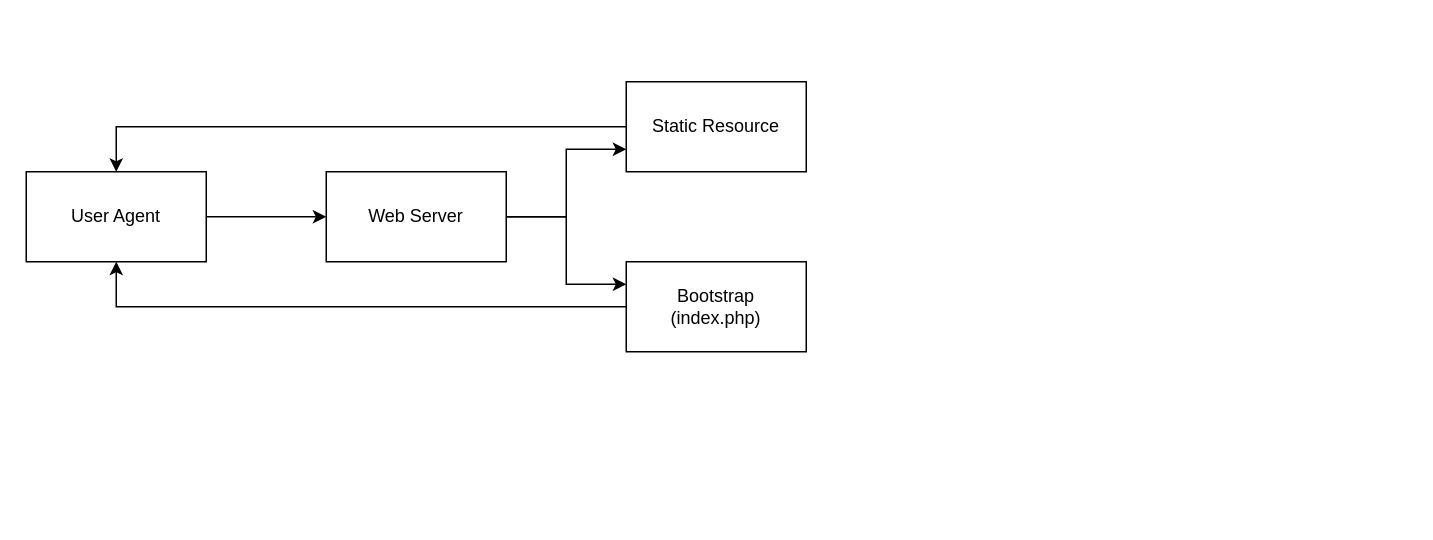
Earlier version of the draw.io diagram Untitled Diagram.drawio (aherne/lucinda-framework). Source tidied: cells renumbered, new cells numbered last; positions are measured from the earlier drawing's top-left corner, leaving out a move shared by most shapes. Both pictures are drawn from the tidied source at 150%, with x=0, y=0 at pixel (26, 81).
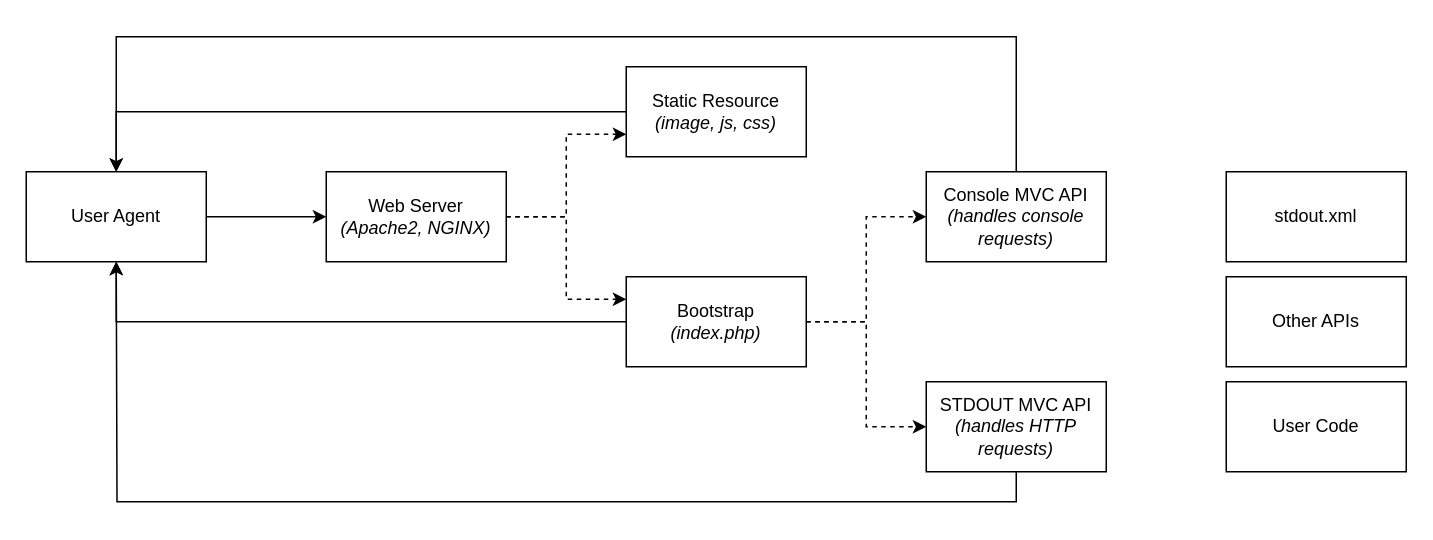
The same diagram, later.

The change refers to these unchanged cells:
```xml
<mxCell id="3" value="User Agent" style="rounded=0;whiteSpace=wrap;html=1;" parent="1" vertex="1">
  <mxGeometry y="60" width="120" height="60" as="geometry" />
</mxCell>
```

Change to the diagram source:
```diff
@@
-    <mxCell id="4" style="edgeStyle=orthogonalEdgeStyle;rounded=0;jettySize=auto;html=1;exitX=1;exitY=0.5;exitDx=0;exitDy=0;entryX=0;entryY=0.75;entryDx=0;entryDy=0;" parent="1" edge="1" source="6" target="10">
+    <mxCell id="4" style="edgeStyle=orthogonalEdgeStyle;rounded=0;jettySize=auto;html=1;exitX=1;exitY=0.5;exitDx=0;exitDy=0;entryX=0;entryY=0.75;entryDx=0;entryDy=0;dashed=1;" parent="1" edge="1" source="6" target="10">
       <mxGeometry relative="1" as="geometry" />
     </mxCell>
-    <mxCell id="5" style="edgeStyle=orthogonalEdgeStyle;rounded=0;jettySize=auto;html=1;exitX=1;exitY=0.5;exitDx=0;exitDy=0;entryX=0;entryY=0.25;entryDx=0;entryDy=0;" parent="1" edge="1" source="6" target="8">
+    <mxCell id="5" style="edgeStyle=orthogonalEdgeStyle;rounded=0;jettySize=auto;html=1;exitX=1;exitY=0.5;exitDx=0;exitDy=0;entryX=0;entryY=0.25;entryDx=0;entryDy=0;dashed=1;" parent="1" edge="1" source="6" target="8">
       <mxGeometry relative="1" as="geometry" />
     </mxCell>
-    <mxCell id="6" value="Web Server" style="rounded=0;whiteSpace=wrap;html=1;" parent="1" vertex="1">
+    <mxCell id="6" value="Web Server&lt;br&gt;&lt;i&gt;(Apache2, NGINX)&lt;/i&gt;" style="rounded=0;whiteSpace=wrap;html=1;" parent="1" vertex="1">
       <mxGeometry x="200" y="60" width="120" height="60" as="geometry" />
     </mxCell>
@@
+    <mxCell id="11" style="edgeStyle=orthogonalEdgeStyle;rounded=0;jettySize=auto;html=1;exitX=1;exitY=0.5;exitDx=0;exitDy=0;entryX=0;entryY=0.5;entryDx=0;entryDy=0;dashed=1;" parent="1" edge="1" source="8" target="14">
+      <mxGeometry relative="1" as="geometry" />
+    </mxCell>
+    <mxCell id="12" style="edgeStyle=orthogonalEdgeStyle;rounded=0;jettySize=auto;html=1;exitX=1;exitY=0.5;exitDx=0;exitDy=0;entryX=0;entryY=0.5;entryDx=0;entryDy=0;dashed=1;" parent="1" edge="1" source="8" target="16">
+      <mxGeometry relative="1" as="geometry" />
+    </mxCell>
-    <mxCell id="8" value="Bootstrap&lt;br&gt;(index.php)" style="rounded=0;whiteSpace=wrap;html=1;" parent="1" vertex="1">
-      <mxGeometry x="400" y="120" width="120" height="60" as="geometry" />
+    <mxCell id="8" value="Bootstrap&lt;br&gt;&lt;i&gt;(index.php)&lt;/i&gt;" style="rounded=0;whiteSpace=wrap;html=1;" parent="1" vertex="1">
+      <mxGeometry x="400" y="130" width="120" height="60" as="geometry" />
     </mxCell>
@@
-    <mxCell id="10" value="Static Resource" style="rounded=0;whiteSpace=wrap;html=1;" parent="1" vertex="1">
-      <mxGeometry x="400" width="120" height="60" as="geometry" />
+    <mxCell id="10" value="Static Resource&lt;br&gt;&lt;i&gt;(image, js, css)&lt;/i&gt;" style="rounded=0;whiteSpace=wrap;html=1;" parent="1" vertex="1">
+      <mxGeometry x="400" y="-10" width="120" height="60" as="geometry" />
     </mxCell>
+    <mxCell id="13" style="edgeStyle=orthogonalEdgeStyle;jettySize=auto;html=1;exitX=0.5;exitY=0;exitDx=0;exitDy=0;entryX=0.5;entryY=0;entryDx=0;entryDy=0;rounded=0;" parent="1" edge="1" source="14" target="3">
+      <mxGeometry relative="1" as="geometry">
+        <Array as="points">
+          <mxPoint x="660" y="-30" />
+          <mxPoint x="60" y="-30" />
+        </Array>
+      </mxGeometry>
+    </mxCell>
+    <mxCell id="14" value="Console MVC API&lt;br&gt;&lt;i&gt;(handles console requests)&lt;/i&gt;" style="rounded=0;whiteSpace=wrap;html=1;" parent="1" vertex="1">
+      <mxGeometry x="600" y="60" width="120" height="60" as="geometry" />
+    </mxCell>
+    <mxCell id="15" style="edgeStyle=orthogonalEdgeStyle;rounded=0;jettySize=auto;html=1;exitX=0.5;exitY=1;exitDx=0;exitDy=0;" parent="1" edge="1" source="16">
+      <mxGeometry relative="1" as="geometry">
+        <mxPoint x="60" y="120" as="targetPoint" />
+      </mxGeometry>
+    </mxCell>
+    <mxCell id="16" value="STDOUT MVC API&lt;br&gt;&lt;i&gt;(handles HTTP requests)&lt;/i&gt;" style="rounded=0;whiteSpace=wrap;html=1;" parent="1" vertex="1">
+      <mxGeometry x="600" y="200" width="120" height="60" as="geometry" />
+    </mxCell>
+    <mxCell id="17" value="Other APIs" style="rounded=0;whiteSpace=wrap;html=1;" parent="1" vertex="1">
+      <mxGeometry x="800" y="130" width="120" height="60" as="geometry" />
+    </mxCell>
+    <mxCell id="18" value="stdout.xml&lt;br&gt;" style="rounded=0;whiteSpace=wrap;html=1;" parent="1" vertex="1">
+      <mxGeometry x="800" y="60" width="120" height="60" as="geometry" />
+    </mxCell>
+    <mxCell id="19" value="User Code" style="rounded=0;whiteSpace=wrap;html=1;" parent="1" vertex="1">
+      <mxGeometry x="800" y="200" width="120" height="60" as="geometry" />
+    </mxCell>
```
